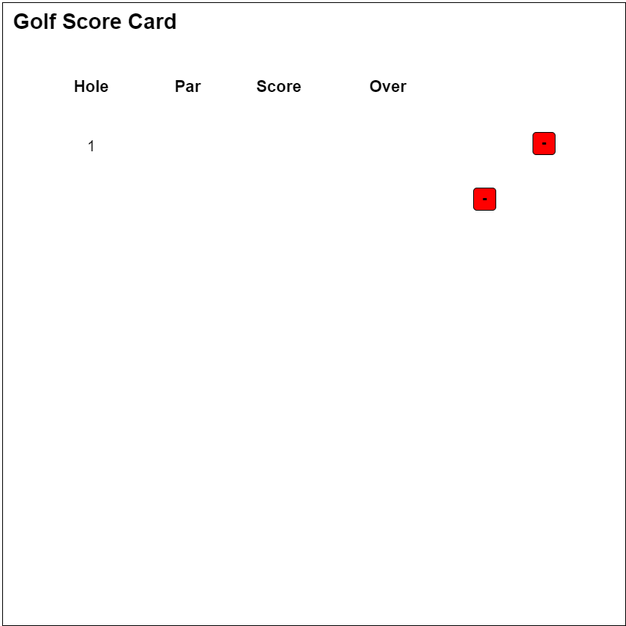
Above: assignment03.png in Regie09/Regie092 (draw.io), before the change. Source tidied: cells renumbered, new cells last; positions are measured from the earlier drawing's top-left corner, leaving out a move shared by most shapes.
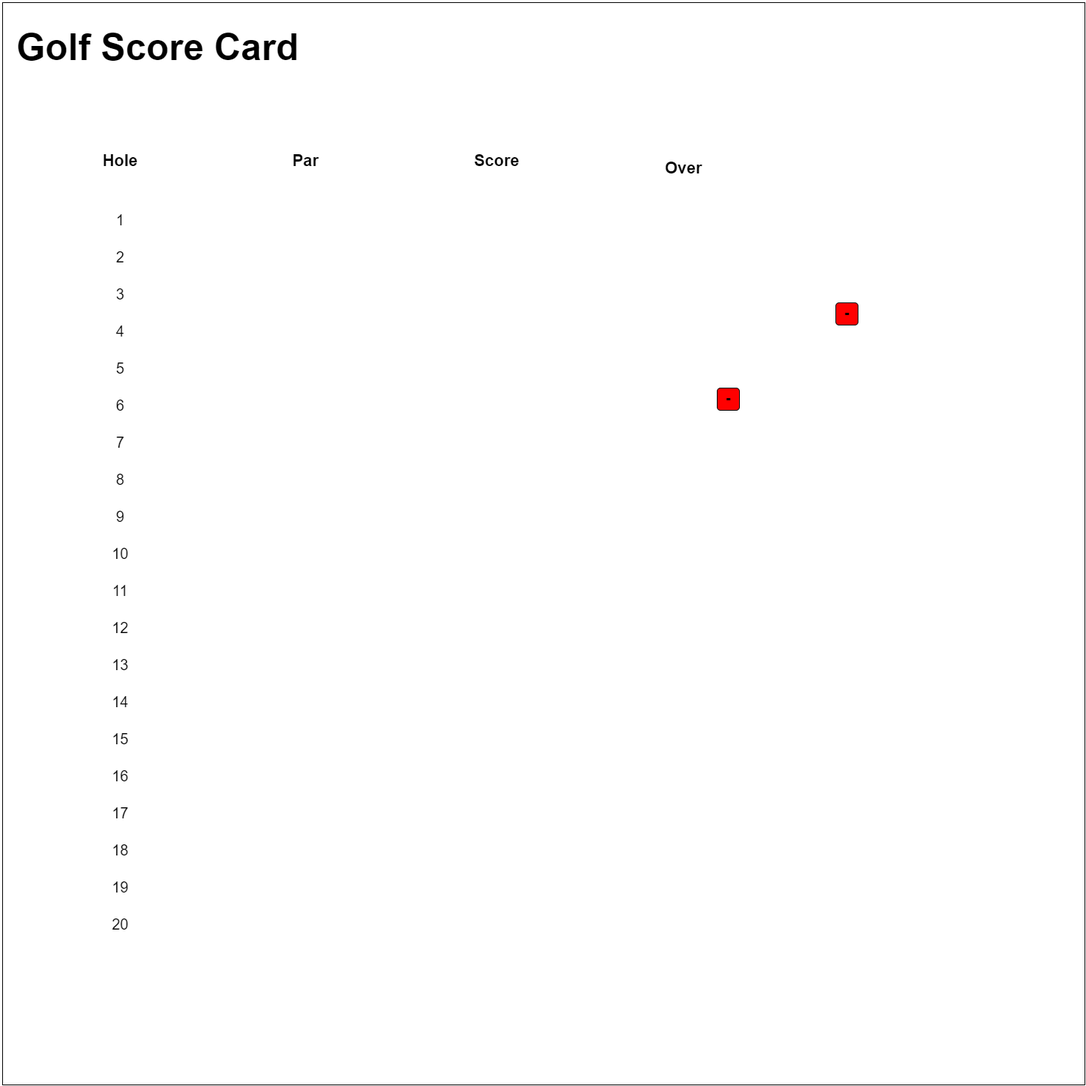
After the change.

What changed in the source:
```diff
@@ -3,16 +3,16 @@
     <mxCell id="0" />
     <mxCell id="1" parent="0" />
     <mxCell id="2" style="whiteSpace=wrap;html=1;" parent="1" vertex="1">
-      <mxGeometry width="840" height="840" as="geometry" />
+      <mxGeometry x="-259" y="-290" width="1460" height="1460" as="geometry" />
     </mxCell>
-    <mxCell id="3" value="Golf Score Card" style="text;html=1;strokeColor=none;fillColor=none;align=center;verticalAlign=middle;whiteSpace=wrap;rounded=0;strokeWidth=7;fontStyle=1;fontSize=29;" parent="1" vertex="1">
-      <mxGeometry width="250" height="50" as="geometry" />
+    <mxCell id="3" value="&lt;font style=&quot;font-size: 50px&quot;&gt;Golf Score Card&lt;/font&gt;" style="text;html=1;strokeColor=none;fillColor=none;align=center;verticalAlign=middle;whiteSpace=wrap;rounded=0;strokeWidth=7;fontStyle=1;fontSize=29;" parent="1" vertex="1">
+      <mxGeometry x="-259" y="-290" width="419" height="120" as="geometry" />
     </mxCell>
     <mxCell id="4" value="&lt;font style=&quot;font-size: 22px&quot;&gt;&lt;b&gt;Hole&lt;/b&gt;&lt;/font&gt;" style="text;html=1;strokeColor=none;fillColor=none;align=center;verticalAlign=middle;whiteSpace=wrap;rounded=0;fontSize=29;" parent="1" vertex="1">
-      <mxGeometry x="100" y="100" width="40" height="20" as="geometry" />
+      <mxGeometry x="-150" y="-110" width="100" height="60" as="geometry" />
     </mxCell>
     <mxCell id="5" style="group;" parent="1" vertex="1">
-      <mxGeometry x="710" y="175" width="40" height="30" as="geometry" />
+      <mxGeometry x="860" y="115" width="40" height="30" as="geometry" />
     </mxCell>
     <mxCell id="6" style="rounded=1;whiteSpace=wrap;html=1;strokeWidth=1;fontSize=29;fillColor=#FF0000;" parent="5" vertex="1">
       <mxGeometry x="5" width="30" height="30" as="geometry" />
@@ -21,7 +21,7 @@
       <mxGeometry width="40" height="20" as="geometry" />
     </mxCell>
     <mxCell id="8" style="group;" parent="1" vertex="1">
-      <mxGeometry x="630" y="250" width="40" height="30" as="geometry" />
+      <mxGeometry x="700" y="230" width="40" height="30" as="geometry" />
     </mxCell>
     <mxCell id="9" style="rounded=1;whiteSpace=wrap;html=1;strokeWidth=1;fontSize=29;fillColor=#FF0000;" parent="8" vertex="1">
       <mxGeometry x="5" width="30" height="30" as="geometry" />
@@ -30,16 +30,73 @@
       <mxGeometry width="40" height="20" as="geometry" />
     </mxCell>
     <mxCell id="11" value="&lt;font style=&quot;font-size: 22px&quot;&gt;&lt;b&gt;Par&lt;/b&gt;&lt;/font&gt;&lt;span style=&quot;color: rgba(0 , 0 , 0 , 0) ; font-family: monospace ; font-size: 0px&quot;&gt;%3CmxGraphModel%3E%3Croot%3E%3CmxCell%20id%3D%220%22%2F%3E%3CmxCell%20id%3D%221%22%20parent%3D%220%22%2F%3E%3CmxCell%20id%3D%222%22%20value%3D%22%26lt%3Bfont%20style%3D%26quot%3Bfont-size%3A%2022px%26quot%3B%26gt%3B%26lt%3Bb%26gt%3BHole%26lt%3B%2Fb%26gt%3B%26lt%3B%2Ffont%26gt%3B%22%20style%3D%22text%3Bhtml%3D1%3BstrokeColor%3Dnone%3BfillColor%3Dnone%3Balign%3Dcenter%3BverticalAlign%3Dmiddle%3BwhiteSpace%3Dwrap%3Brounded%3D0%3BfontSize%3D29%3B%22%20vertex%3D%221%22%20parent%3D%221%22%3E%3CmxGeometry%20x%3D%22160%22%20y%3D%22160%22%20width%3D%2240%22%20height%3D%2220%22%20as%3D%22geometry%22%2F%3E%3C%2FmxCell%3E%3C%2Froot%3E%3C%2FmxGraphModel%3E&lt;/span&gt;" style="text;html=1;strokeColor=none;fillColor=none;align=center;verticalAlign=middle;whiteSpace=wrap;rounded=0;fontSize=29;" parent="1" vertex="1">
-      <mxGeometry x="230" y="100" width="40" height="20" as="geometry" />
+      <mxGeometry x="100" y="-105" width="100" height="50" as="geometry" />
     </mxCell>
     <mxCell id="12" value="&lt;font style=&quot;font-size: 22px&quot;&gt;&lt;b&gt;Score&lt;/b&gt;&lt;/font&gt;" style="text;html=1;strokeColor=none;fillColor=none;align=center;verticalAlign=middle;whiteSpace=wrap;rounded=0;fontSize=29;" parent="1" vertex="1">
-      <mxGeometry x="353" y="100" width="40" height="20" as="geometry" />
+      <mxGeometry x="353" y="-105" width="110" height="50" as="geometry" />
     </mxCell>
     <mxCell id="13" value="&lt;font style=&quot;font-size: 22px&quot;&gt;&lt;b&gt;Over&lt;/b&gt;&lt;/font&gt;" style="text;html=1;strokeColor=none;fillColor=none;align=center;verticalAlign=middle;whiteSpace=wrap;rounded=0;fontSize=29;" parent="1" vertex="1">
-      <mxGeometry x="500" y="100" width="40" height="20" as="geometry" />
+      <mxGeometry x="620" y="-90" width="80" height="40" as="geometry" />
     </mxCell>
     <mxCell id="14" value="&lt;font style=&quot;font-size: 20px&quot;&gt;1&lt;/font&gt;" style="text;html=1;strokeColor=none;fillColor=none;align=center;verticalAlign=middle;whiteSpace=wrap;rounded=0;fontSize=29;" parent="1" vertex="1">
-      <mxGeometry x="100" y="180" width="40" height="20" as="geometry" />
+      <mxGeometry x="-120" y="-10" width="40" height="20" as="geometry" />
     </mxCell>
+    <mxCell id="15" value="&lt;font style=&quot;font-size: 20px&quot;&gt;2&lt;/font&gt;" style="text;html=1;strokeColor=none;fillColor=none;align=center;verticalAlign=middle;whiteSpace=wrap;rounded=0;fontSize=29;" parent="1" vertex="1">
+      <mxGeometry x="-120" y="40" width="40" height="20" as="geometry" />
+    </mxCell>
+    <mxCell id="16" value="&lt;font style=&quot;font-size: 20px&quot;&gt;5&lt;/font&gt;" style="text;html=1;strokeColor=none;fillColor=none;align=center;verticalAlign=middle;whiteSpace=wrap;rounded=0;fontSize=29;" parent="1" vertex="1">
+      <mxGeometry x="-120" y="190" width="40" height="20" as="geometry" />
+    </mxCell>
+    <mxCell id="17" value="&lt;font style=&quot;font-size: 20px&quot;&gt;3&lt;/font&gt;" style="text;html=1;strokeColor=none;fillColor=none;align=center;verticalAlign=middle;whiteSpace=wrap;rounded=0;fontSize=29;" parent="1" vertex="1">
+      <mxGeometry x="-120" y="90" width="40" height="20" as="geometry" />
+    </mxCell>
+    <mxCell id="18" value="&lt;font style=&quot;font-size: 20px&quot;&gt;11&lt;br&gt;&lt;/font&gt;" style="text;html=1;strokeColor=none;fillColor=none;align=center;verticalAlign=middle;whiteSpace=wrap;rounded=0;fontSize=29;" parent="1" vertex="1">
+      <mxGeometry x="-120" y="490" width="40" height="20" as="geometry" />
+    </mxCell>
+    <mxCell id="19" value="&lt;font style=&quot;font-size: 20px&quot;&gt;4&lt;/font&gt;" style="text;html=1;strokeColor=none;fillColor=none;align=center;verticalAlign=middle;whiteSpace=wrap;rounded=0;fontSize=29;" parent="1" vertex="1">
+      <mxGeometry x="-120" y="140" width="40" height="20" as="geometry" />
+    </mxCell>
+    <mxCell id="20" value="&lt;font style=&quot;font-size: 20px&quot;&gt;9&lt;/font&gt;" style="text;html=1;strokeColor=none;fillColor=none;align=center;verticalAlign=middle;whiteSpace=wrap;rounded=0;fontSize=29;" parent="1" vertex="1">
+      <mxGeometry x="-120" y="390" width="40" height="20" as="geometry" />
+    </mxCell>
+    <mxCell id="21" value="&lt;font style=&quot;font-size: 20px&quot;&gt;7&lt;/font&gt;" style="text;html=1;strokeColor=none;fillColor=none;align=center;verticalAlign=middle;whiteSpace=wrap;rounded=0;fontSize=29;" parent="1" vertex="1">
+      <mxGeometry x="-120" y="290" width="40" height="20" as="geometry" />
+    </mxCell>
+    <mxCell id="22" value="&lt;font style=&quot;font-size: 20px&quot;&gt;8&lt;/font&gt;" style="text;html=1;strokeColor=none;fillColor=none;align=center;verticalAlign=middle;whiteSpace=wrap;rounded=0;fontSize=29;" parent="1" vertex="1">
+      <mxGeometry x="-120" y="340" width="40" height="20" as="geometry" />
+    </mxCell>
+    <mxCell id="23" value="&lt;font style=&quot;font-size: 20px&quot;&gt;10&lt;/font&gt;" style="text;html=1;strokeColor=none;fillColor=none;align=center;verticalAlign=middle;whiteSpace=wrap;rounded=0;fontSize=29;" parent="1" vertex="1">
+      <mxGeometry x="-120" y="440" width="40" height="20" as="geometry" />
+    </mxCell>
+    <mxCell id="24" value="&lt;font style=&quot;font-size: 20px&quot;&gt;6&lt;/font&gt;" style="text;html=1;strokeColor=none;fillColor=none;align=center;verticalAlign=middle;whiteSpace=wrap;rounded=0;fontSize=29;" parent="1" vertex="1">
+      <mxGeometry x="-120" y="240" width="40" height="20" as="geometry" />
+    </mxCell>
+    <mxCell id="25" value="&lt;font style=&quot;font-size: 20px&quot;&gt;12&lt;br&gt;&lt;/font&gt;" style="text;html=1;strokeColor=none;fillColor=none;align=center;verticalAlign=middle;whiteSpace=wrap;rounded=0;fontSize=29;" parent="1" vertex="1">
+      <mxGeometry x="-120" y="540" width="40" height="20" as="geometry" />
+    </mxCell>
+    <mxCell id="26" value="&lt;font style=&quot;font-size: 20px&quot;&gt;20&lt;br&gt;&lt;/font&gt;" style="text;html=1;strokeColor=none;fillColor=none;align=center;verticalAlign=middle;whiteSpace=wrap;rounded=0;fontSize=29;" parent="1" vertex="1">
+      <mxGeometry x="-120" y="940" width="40" height="20" as="geometry" />
+    </mxCell>
+    <mxCell id="27" value="&lt;font style=&quot;font-size: 20px&quot;&gt;19&lt;br&gt;&lt;/font&gt;" style="text;html=1;strokeColor=none;fillColor=none;align=center;verticalAlign=middle;whiteSpace=wrap;rounded=0;fontSize=29;" parent="1" vertex="1">
+      <mxGeometry x="-120" y="890" width="40" height="20" as="geometry" />
+    </mxCell>
+    <mxCell id="28" value="&lt;font style=&quot;font-size: 20px&quot;&gt;18&lt;br&gt;&lt;/font&gt;" style="text;html=1;strokeColor=none;fillColor=none;align=center;verticalAlign=middle;whiteSpace=wrap;rounded=0;fontSize=29;" parent="1" vertex="1">
+      <mxGeometry x="-120" y="840" width="40" height="20" as="geometry" />
+    </mxCell>
+    <mxCell id="29" value="&lt;font style=&quot;font-size: 20px&quot;&gt;17&lt;br&gt;&lt;/font&gt;" style="text;html=1;strokeColor=none;fillColor=none;align=center;verticalAlign=middle;whiteSpace=wrap;rounded=0;fontSize=29;" parent="1" vertex="1">
+      <mxGeometry x="-120" y="790" width="40" height="20" as="geometry" />
+    </mxCell>
+    <mxCell id="30" value="&lt;font style=&quot;font-size: 20px&quot;&gt;16&lt;br&gt;&lt;/font&gt;" style="text;html=1;strokeColor=none;fillColor=none;align=center;verticalAlign=middle;whiteSpace=wrap;rounded=0;fontSize=29;" parent="1" vertex="1">
+      <mxGeometry x="-120" y="740" width="40" height="20" as="geometry" />
+    </mxCell>
+    <mxCell id="31" value="&lt;font style=&quot;font-size: 20px&quot;&gt;15&lt;br&gt;&lt;/font&gt;" style="text;html=1;strokeColor=none;fillColor=none;align=center;verticalAlign=middle;whiteSpace=wrap;rounded=0;fontSize=29;" parent="1" vertex="1">
+      <mxGeometry x="-120" y="690" width="40" height="20" as="geometry" />
+    </mxCell>
+    <mxCell id="32" value="&lt;font style=&quot;font-size: 20px&quot;&gt;14&lt;br&gt;&lt;/font&gt;" style="text;html=1;strokeColor=none;fillColor=none;align=center;verticalAlign=middle;whiteSpace=wrap;rounded=0;fontSize=29;" parent="1" vertex="1">
+      <mxGeometry x="-120" y="640" width="40" height="20" as="geometry" />
+    </mxCell>
+    <mxCell id="33" value="&lt;font style=&quot;font-size: 20px&quot;&gt;13&lt;br&gt;&lt;/font&gt;" style="text;html=1;strokeColor=none;fillColor=none;align=center;verticalAlign=middle;whiteSpace=wrap;rounded=0;fontSize=29;" parent="1" vertex="1">
+      <mxGeometry x="-120" y="590" width="40" height="20" as="geometry" />
+    </mxCell>
   </root>
 </mxGraphModel>
```
